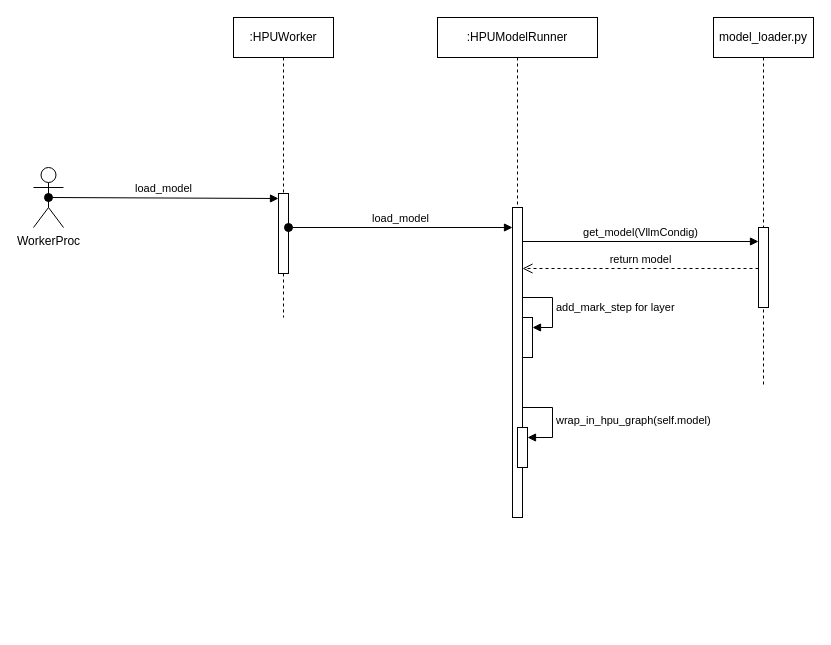
The draw.io diagram page "hpu.load_model" (6 of 9) of vllm/engine/vllm.drawio in chaojun-zhang/vllm, before the edit. Source tidied: cells renumbered, new cells numbered last; positions are measured from the earlier drawing's top-left corner, leaving out a move shared by most shapes. Both pictures are drawn from the tidied source at 100%, with x=0, y=0 at pixel (33, 17).
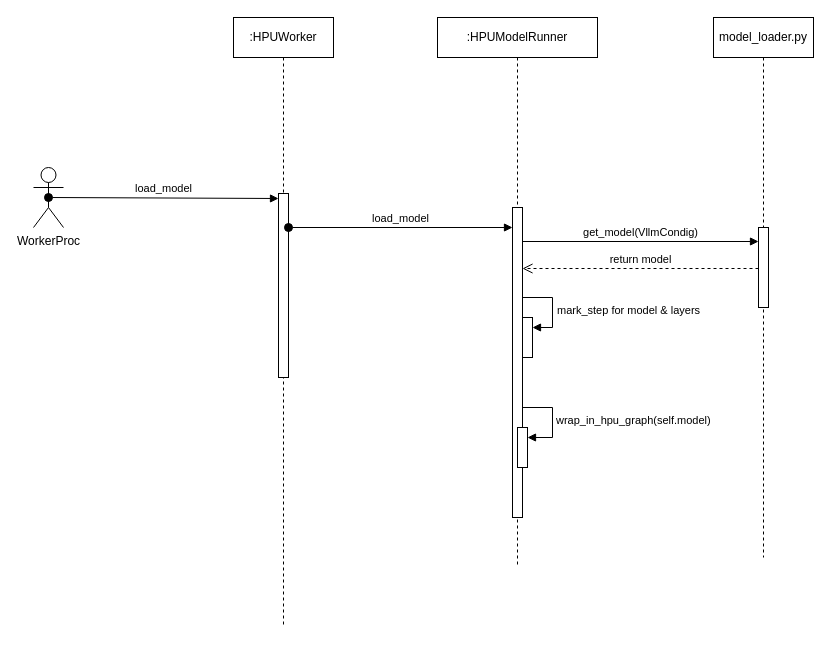
The same page after the edit.

The change refers to these unchanged cells:
```xml
<mxCell id="8" style="html=1;points=[[0,0,0,0,5],[0,1,0,0,-5],[1,0,0,0,5],[1,1,0,0,-5]];perimeter=orthogonalPerimeter;outlineConnect=0;targetShapes=umlLifeline;portConstraint=eastwest;newEdgeStyle={&quot;curved&quot;:0,&quot;rounded&quot;:0};" parent="6" vertex="1">
  <mxGeometry x="85" y="300" width="10" height="40" as="geometry" />
</mxCell>
```

What changed in the source:
```diff
@@
     <mxCell id="2" value=":HPUWorker" style="shape=umlLifeline;perimeter=lifelinePerimeter;whiteSpace=wrap;html=1;newEdgeStyle={&quot;curved&quot;:0,&quot;rounded&quot;:0};" parent="1" vertex="1">
-      <mxGeometry x="200" width="100" height="300" as="geometry" />
+      <mxGeometry x="200" width="100" height="610" as="geometry" />
     </mxCell>
     <mxCell id="3" style="html=1;points=[[0,0,0,0,5],[0,1,0,0,-5],[1,0,0,0,5],[1,1,0,0,-5]];perimeter=orthogonalPerimeter;outlineConnect=0;targetShapes=umlLifeline;portConstraint=eastwest;newEdgeStyle={&quot;curved&quot;:0,&quot;rounded&quot;:0};" parent="2" vertex="1">
-      <mxGeometry x="45" y="176" width="10" height="80" as="geometry" />
+      <mxGeometry x="45" y="176" width="10" height="184" as="geometry" />
     </mxCell>
@@
     <mxCell id="6" value=":HPUModelRunner" style="shape=umlLifeline;perimeter=lifelinePerimeter;whiteSpace=wrap;html=1;newEdgeStyle={&quot;curved&quot;:0,&quot;rounded&quot;:0};" parent="1" vertex="1">
-      <mxGeometry x="404" width="160" height="500" as="geometry" />
+      <mxGeometry x="404" width="160" height="550" as="geometry" />
     </mxCell>
@@
-    <mxCell id="9" value="add_mark_step for layer" style="html=1;align=left;spacingLeft=2;endArrow=block;rounded=0;edgeStyle=orthogonalEdgeStyle;curved=0;rounded=0;" parent="6" edge="1" target="8">
-      <mxGeometry relative="1" as="geometry">
+    <mxCell id="9" value="mark_step for model &amp;amp; layers&amp;nbsp;&lt;div&gt;&lt;br&gt;&lt;/div&gt;" style="html=1;align=left;spacingLeft=2;endArrow=block;rounded=0;edgeStyle=orthogonalEdgeStyle;curved=0;rounded=0;" parent="6" edge="1" target="8">
+      <mxGeometry x="0.25" y="1" relative="1" as="geometry">
         <mxPoint x="85" y="280" as="sourcePoint" />
         <Array as="points">
           <mxPoint x="115" y="310" />
         </Array>
       </mxGeometry>
     </mxCell>
@@
     <mxCell id="13" value="model_loader.py" style="shape=umlLifeline;perimeter=lifelinePerimeter;whiteSpace=wrap;html=1;newEdgeStyle={&quot;curved&quot;:0,&quot;rounded&quot;:0};" parent="1" vertex="1">
-      <mxGeometry x="680" width="100" height="370" as="geometry" />
+      <mxGeometry x="680" width="100" height="540" as="geometry" />
     </mxCell>
```
